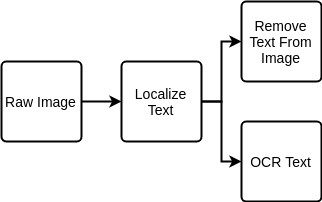
Earlier version of the draw.io export data/xray-workflow.png (isaziconsulting/xray-desensitizer). Source tidied: cells renumbered, new cells last; positions are measured from the earlier drawing's top-left corner, leaving out a move shared by most shapes.
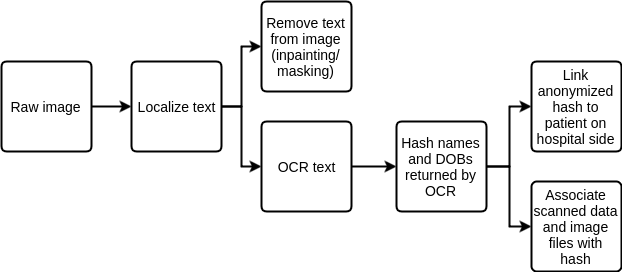
The same file after the commit.

Change to the diagram source:
```diff
@@ -1,27 +1,45 @@
-<mxGraphModel background="#ffffff">
+<mxGraphModel>
   <root>
     <mxCell id="0" />
     <mxCell id="1" parent="0" />
+    <mxCell id="9" style="edgeStyle=orthogonalEdgeStyle;rounded=0;html=1;exitX=1;exitY=0.5;exitPerimeter=0;entryX=0;entryY=0.5;entryPerimeter=0;labelBackgroundColor=none;jettySize=auto;strokeWidth=2;fontFamily=Helvetica;fontSize=14;" parent="1" edge="1" source="2" target="12">
+      <mxGeometry relative="1" as="geometry" />
+    </mxCell>
-    <mxCell id="2" value="OCR Text" style="strokeWidth=2;html=1;shape=mxgraph.flowchart.process;whiteSpace=wrap;fontFamily=Helvetica;fontSize=14;fillColor=#ffffff;strokeColor=#000000;" parent="1" vertex="1">
-      <mxGeometry x="240" y="120" width="80" height="80" as="geometry" />
+    <mxCell id="2" value="OCR text" style="strokeWidth=2;html=1;shape=mxgraph.flowchart.process;whiteSpace=wrap;fontFamily=Helvetica;fontSize=14;fillColor=none;strokeColor=#000000;labelBackgroundColor=none;" parent="1" vertex="1">
+      <mxGeometry x="150" y="120" width="90" height="90" as="geometry" />
     </mxCell>
-    <mxCell id="3" value="Remove Text From Image" style="strokeWidth=2;html=1;shape=mxgraph.flowchart.process;whiteSpace=wrap;fontFamily=Helvetica;fontSize=14;fillColor=#ffffff;strokeColor=#000000;" parent="1" vertex="1">
-      <mxGeometry x="240" width="80" height="80" as="geometry" />
+    <mxCell id="3" value="Remove text from image (inpainting/ masking)" style="strokeWidth=2;html=1;shape=mxgraph.flowchart.process;whiteSpace=wrap;fontFamily=Helvetica;fontSize=14;fillColor=none;strokeColor=#000000;labelBackgroundColor=none;" parent="1" vertex="1">
+      <mxGeometry x="150" width="90" height="90" as="geometry" />
     </mxCell>
-    <mxCell id="4" style="edgeStyle=orthogonalEdgeStyle;rounded=0;html=1;exitX=1;exitY=0.5;exitPerimeter=0;entryX=0;entryY=0.5;entryPerimeter=0;jettySize=auto;fontFamily=Helvetica;strokeWidth=2;fontSize=14;fillColor=#ffffff;strokeColor=#000000;" parent="1" edge="1" source="6" target="3">
+    <mxCell id="4" style="edgeStyle=orthogonalEdgeStyle;rounded=0;html=1;exitX=1;exitY=0.5;exitPerimeter=0;entryX=0;entryY=0.5;entryPerimeter=0;jettySize=auto;fontFamily=Helvetica;strokeWidth=2;fontSize=14;fillColor=#ffffff;strokeColor=#000000;labelBackgroundColor=none;" parent="1" edge="1" source="6" target="3">
       <mxGeometry relative="1" as="geometry" />
     </mxCell>
-    <mxCell id="5" style="edgeStyle=orthogonalEdgeStyle;rounded=0;html=1;exitX=1;exitY=0.5;exitPerimeter=0;entryX=0;entryY=0.5;entryPerimeter=0;jettySize=auto;fontFamily=Helvetica;strokeWidth=2;fontSize=14;fillColor=#ffffff;strokeColor=#000000;" parent="1" edge="1" source="6" target="2">
+    <mxCell id="5" style="edgeStyle=orthogonalEdgeStyle;rounded=0;html=1;exitX=1;exitY=0.5;exitPerimeter=0;entryX=0;entryY=0.5;entryPerimeter=0;jettySize=auto;fontFamily=Helvetica;strokeWidth=2;fontSize=14;fillColor=#ffffff;strokeColor=#000000;labelBackgroundColor=none;" parent="1" edge="1" source="6" target="2">
       <mxGeometry relative="1" as="geometry" />
     </mxCell>
-    <mxCell id="6" value="Localize Text" style="strokeWidth=2;html=1;shape=mxgraph.flowchart.process;whiteSpace=wrap;fontFamily=Helvetica;fontSize=14;fillColor=#ffffff;strokeColor=#000000;" parent="1" vertex="1">
-      <mxGeometry x="120" y="60" width="80" height="80" as="geometry" />
+    <mxCell id="6" value="Localize t&lt;span&gt;ext&lt;/span&gt;" style="strokeWidth=2;html=1;shape=mxgraph.flowchart.process;whiteSpace=wrap;fontFamily=Helvetica;fontSize=14;fillColor=none;strokeColor=#000000;labelBackgroundColor=none;" parent="1" vertex="1">
+      <mxGeometry x="20" y="60" width="90" height="90" as="geometry" />
     </mxCell>
-    <mxCell id="7" style="edgeStyle=orthogonalEdgeStyle;rounded=0;html=1;exitX=1;exitY=0.5;exitPerimeter=0;entryX=0;entryY=0.5;entryPerimeter=0;jettySize=auto;fontFamily=Helvetica;strokeWidth=2;fontSize=14;fillColor=#ffffff;strokeColor=#000000;" parent="1" edge="1" source="8" target="6">
+    <mxCell id="7" style="edgeStyle=orthogonalEdgeStyle;rounded=0;html=1;exitX=1;exitY=0.5;exitPerimeter=0;entryX=0;entryY=0.5;entryPerimeter=0;jettySize=auto;fontFamily=Helvetica;strokeWidth=2;fontSize=14;fillColor=#ffffff;strokeColor=#000000;labelBackgroundColor=none;" parent="1" edge="1" source="8" target="6">
       <mxGeometry relative="1" as="geometry" />
     </mxCell>
-    <mxCell id="8" value="Raw Image" style="strokeWidth=2;html=1;shape=mxgraph.flowchart.process;whiteSpace=wrap;fontFamily=Helvetica;fontSize=14;fillColor=#ffffff;strokeColor=#000000;" parent="1" vertex="1">
-      <mxGeometry y="60" width="80" height="80" as="geometry" />
+    <mxCell id="8" value="Raw image" style="strokeWidth=2;html=1;shape=mxgraph.flowchart.process;whiteSpace=wrap;fontFamily=Helvetica;fontSize=14;fillColor=none;strokeColor=#000000;labelBackgroundColor=none;" parent="1" vertex="1">
+      <mxGeometry x="-110" y="60" width="90" height="90" as="geometry" />
     </mxCell>
+    <mxCell id="10" style="edgeStyle=orthogonalEdgeStyle;rounded=0;html=1;exitX=1;exitY=0.5;exitPerimeter=0;entryX=0;entryY=0.5;entryPerimeter=0;labelBackgroundColor=none;jettySize=auto;strokeWidth=2;fontFamily=Helvetica;fontSize=14;" parent="1" edge="1" source="12" target="13">
+      <mxGeometry relative="1" as="geometry" />
+    </mxCell>
+    <mxCell id="11" style="edgeStyle=orthogonalEdgeStyle;rounded=0;html=1;exitX=1;exitY=0.5;exitPerimeter=0;labelBackgroundColor=none;jettySize=auto;strokeWidth=2;fontFamily=Helvetica;fontSize=14;" parent="1" edge="1" source="12" target="14">
+      <mxGeometry relative="1" as="geometry" />
+    </mxCell>
+    <mxCell id="12" value="Hash names and DOBs returned by OCR" style="strokeWidth=2;html=1;shape=mxgraph.flowchart.process;whiteSpace=wrap;labelBackgroundColor=none;fontFamily=Helvetica;fontSize=14;fillColor=none;" parent="1" vertex="1">
+      <mxGeometry x="285" y="120" width="90" height="90" as="geometry" />
+    </mxCell>
+    <mxCell id="13" value="Link anonymized hash to patient on hospital side" style="strokeWidth=2;html=1;shape=mxgraph.flowchart.process;whiteSpace=wrap;labelBackgroundColor=none;fontFamily=Helvetica;fontSize=14;fillColor=none;" parent="1" vertex="1">
+      <mxGeometry x="420" y="60" width="90" height="90" as="geometry" />
+    </mxCell>
+    <mxCell id="14" value="Associate scanned data and image files with hash" style="strokeWidth=2;html=1;shape=mxgraph.flowchart.process;whiteSpace=wrap;labelBackgroundColor=none;fontFamily=Helvetica;fontSize=14;fillColor=none;" parent="1" vertex="1">
+      <mxGeometry x="420" y="180" width="90" height="90" as="geometry" />
+    </mxCell>
   </root>
 </mxGraphModel>
```
